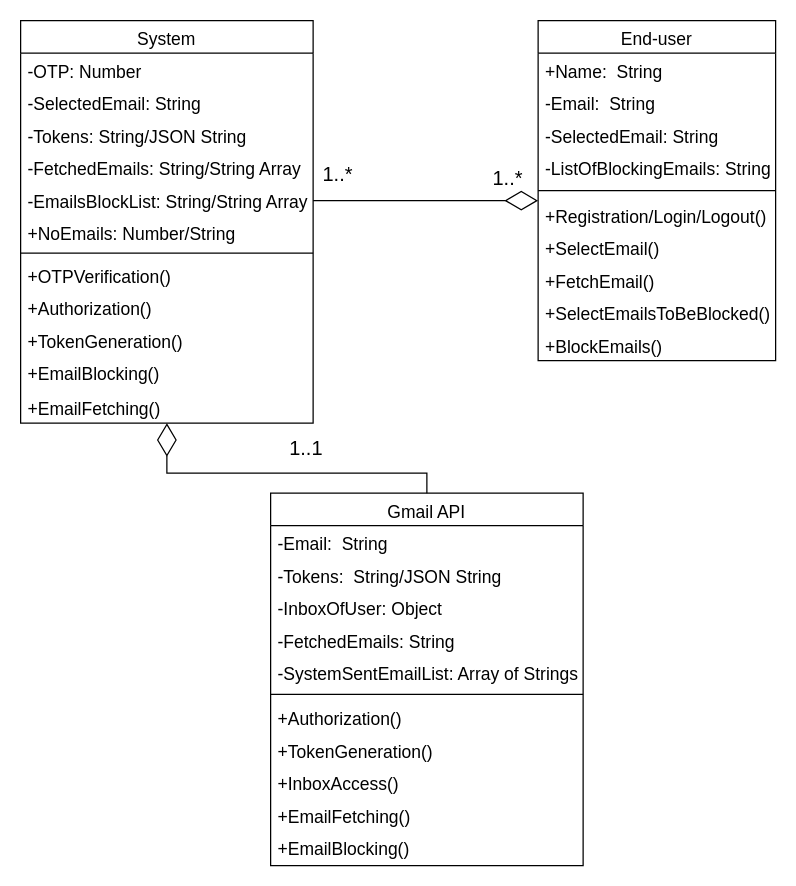
The draw.io diagram Class Diagram.drawio in Yash7200/CP-3, before the edit. Source tidied: cells renumbered, new cells numbered last; positions are measured from the earlier drawing's top-left corner, leaving out a move shared by most shapes. Both pictures are drawn from the tidied source at 125%, with x=0, y=0 at pixel (20, -15).
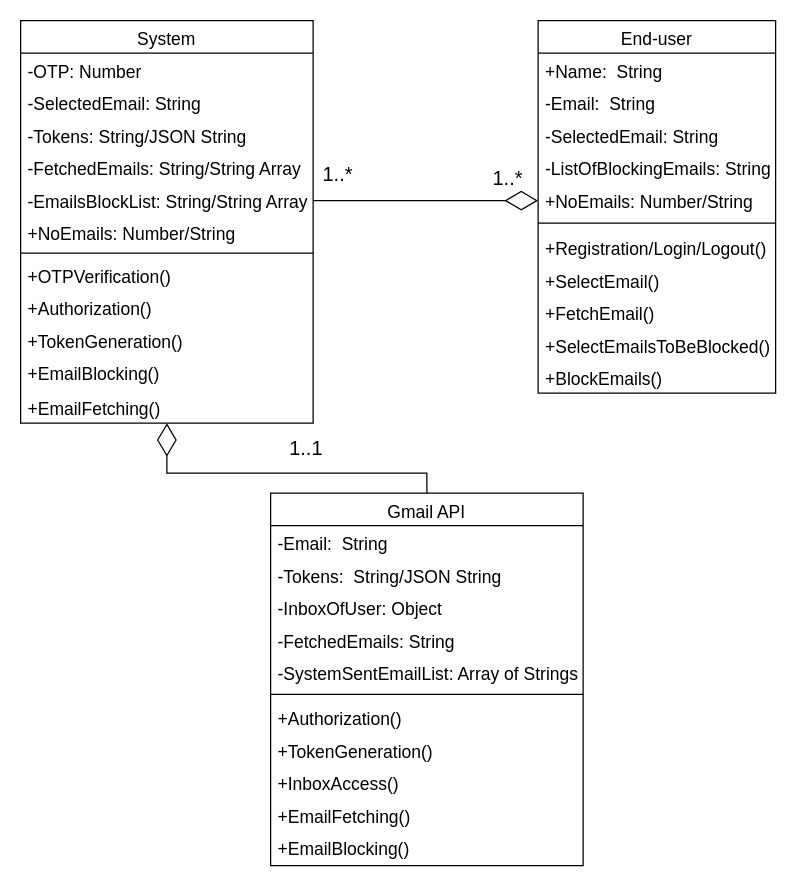
Above is the later version.

What changed in the source:
```diff
@@
     <mxCell id="15" value="End-user" style="swimlane;fontStyle=0;align=center;verticalAlign=top;horizontal=1;startSize=26;rounded=0;shadow=0;strokeWidth=1;fontSize=14;" parent="1" vertex="1">
-      <mxGeometry x="414" y="28" width="190" height="272" as="geometry" />
+      <mxGeometry x="414" y="28" width="190" height="298" as="geometry" />
     </mxCell>
@@
+    <mxCell id="43" value="+NoEmails: Number/String" style="text;align=left;verticalAlign=top;spacingLeft=4;spacingRight=4;overflow=hidden;rounded=0;shadow=0;html=0;fontSize=14;" parent="15" vertex="1">
+      <mxGeometry y="130" width="190" height="26" as="geometry" />
+    </mxCell>
     <mxCell id="20" style="line;html=1;strokeWidth=1;align=left;verticalAlign=middle;spacingTop=-1;spacingLeft=3;spacingRight=3;labelPosition=right;" parent="15" vertex="1">
-      <mxGeometry y="130" width="190" height="12" as="geometry" />
+      <mxGeometry y="156" width="190" height="12" as="geometry" />
     </mxCell>
     <mxCell id="21" value="+Registration/Login/Logout()" style="text;align=left;verticalAlign=top;spacingLeft=4;spacingRight=4;overflow=hidden;fontSize=14;" parent="15" vertex="1">
-      <mxGeometry y="142" width="190" height="26" as="geometry" />
+      <mxGeometry y="168" width="190" height="26" as="geometry" />
     </mxCell>
     <mxCell id="22" value="+SelectEmail()" style="text;align=left;verticalAlign=top;spacingLeft=4;spacingRight=4;overflow=hidden;fontSize=14;" parent="15" vertex="1">
-      <mxGeometry y="168" width="190" height="26" as="geometry" />
+      <mxGeometry y="194" width="190" height="26" as="geometry" />
     </mxCell>
     <mxCell id="23" value="+FetchEmail()" style="text;align=left;verticalAlign=top;spacingLeft=4;spacingRight=4;overflow=hidden;fontSize=14;" parent="15" vertex="1">
-      <mxGeometry y="194" width="190" height="26" as="geometry" />
+      <mxGeometry y="220" width="190" height="26" as="geometry" />
     </mxCell>
     <mxCell id="24" value="+SelectEmailsToBeBlocked()" style="text;align=left;verticalAlign=top;spacingLeft=4;spacingRight=4;overflow=hidden;fontSize=14;" parent="15" vertex="1">
-      <mxGeometry y="220" width="190" height="26" as="geometry" />
+      <mxGeometry y="246" width="190" height="26" as="geometry" />
     </mxCell>
     <mxCell id="25" value="+BlockEmails()" style="text;align=left;verticalAlign=top;spacingLeft=4;spacingRight=4;overflow=hidden;fontSize=14;" parent="15" vertex="1">
-      <mxGeometry y="246" width="190" height="26" as="geometry" />
+      <mxGeometry y="272" width="190" height="26" as="geometry" />
     </mxCell>
```
